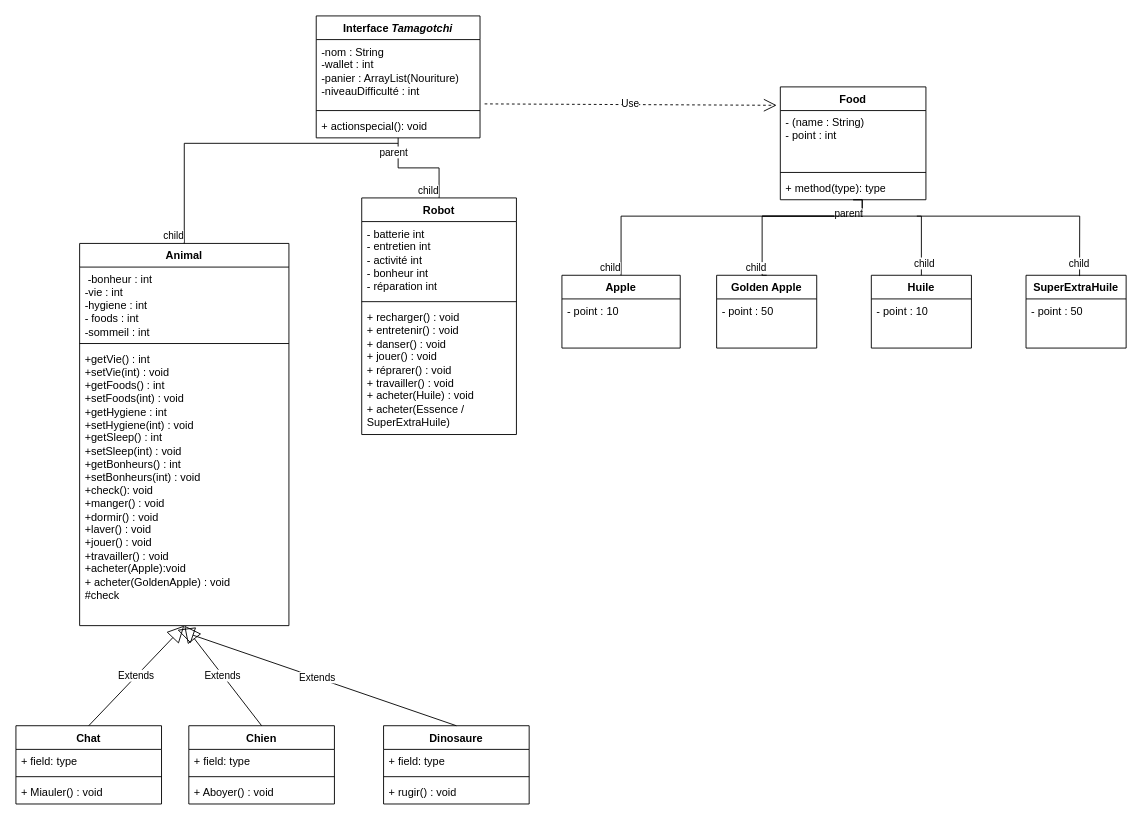
Earlier version of the draw.io diagram page "Page-2" (2 of 2) of Diagram.drawio (BMaurice56/Tamagotchi). Source tidied: cells renumbered, new cells numbered last; positions are measured from the earlier drawing's top-left corner, leaving out a move shared by most shapes. Both pictures are drawn from the tidied source at 91%, with x=0, y=0 at pixel (15, 15).
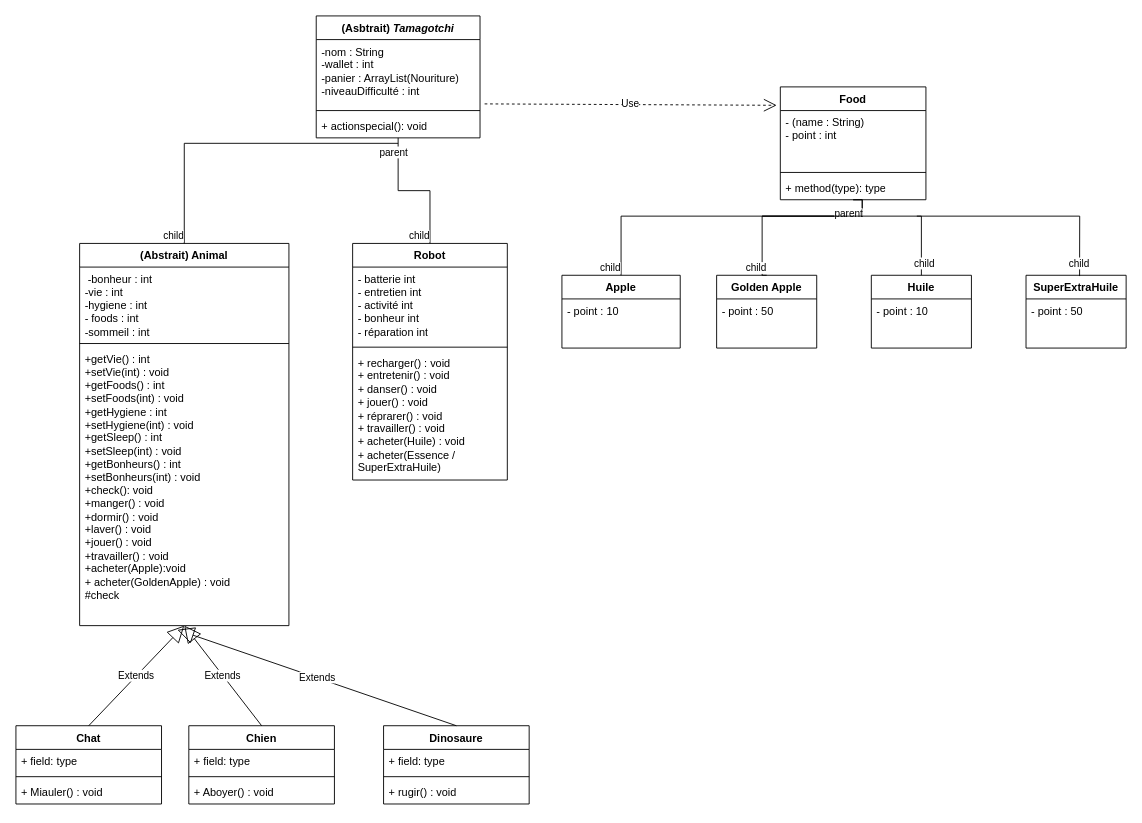
The same page after the edit.

Commit message:
Update interface to abstrait

Diff of the diagram source:
```diff
@@
-    <mxCell id="2" value="Interface &lt;i&gt;Tamagotchi&lt;/i&gt;" style="swimlane;fontStyle=1;align=center;verticalAlign=top;horizontal=1;startSize=26;whiteSpace=wrap;html=1;" parent="1" vertex="1">
+    <mxCell id="2" value="(Asbtrait)&amp;nbsp;&lt;i&gt;Tamagotchi&lt;/i&gt;" style="swimlane;fontStyle=1;align=center;verticalAlign=top;horizontal=1;startSize=26;whiteSpace=wrap;html=1;" parent="1" vertex="1">
       <mxGeometry x="330" width="180" height="134" as="geometry" />
     </mxCell>
@@
     <mxCell id="10" value="Robot" style="swimlane;fontStyle=1;align=center;verticalAlign=top;horizontal=1;startSize=26;whiteSpace=wrap;html=1;" parent="1" vertex="1">
-      <mxGeometry x="380" y="200" width="170" height="260" as="geometry" />
+      <mxGeometry x="370" y="250" width="170" height="260" as="geometry" />
     </mxCell>
@@
-    <mxCell id="14" value="Animal" style="swimlane;fontStyle=1;align=center;verticalAlign=top;horizontal=1;startSize=26;whiteSpace=wrap;html=1;" parent="1" vertex="1">
+    <mxCell id="14" value="(Abstrait) Animal" style="swimlane;fontStyle=1;align=center;verticalAlign=top;horizontal=1;startSize=26;whiteSpace=wrap;html=1;" parent="1" vertex="1">
       <mxGeometry x="70" y="250" width="230" height="420" as="geometry" />
     </mxCell>
```
